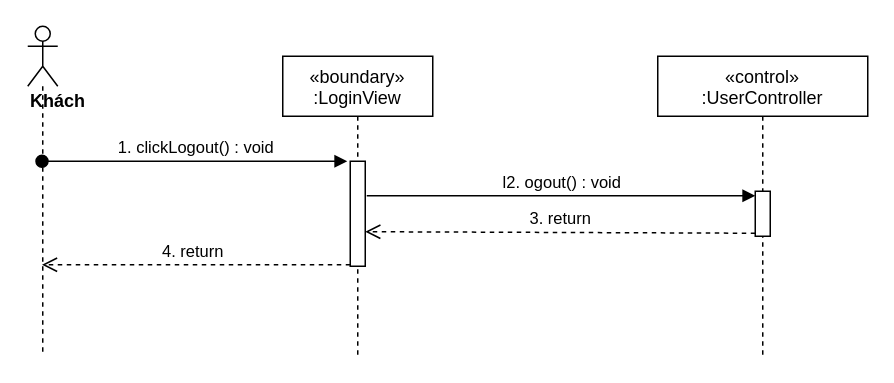
Before: sequence diagram/logout-sequence.drawio in nguyenphamvan/datn_20202, a draw.io diagram. Source tidied: cells renumbered, new cells numbered last; positions are measured from the earlier drawing's top-left corner, leaving out a move shared by most shapes. Both pictures are drawn from the tidied source at 150%, with x=0, y=0 at pixel (27, 26).
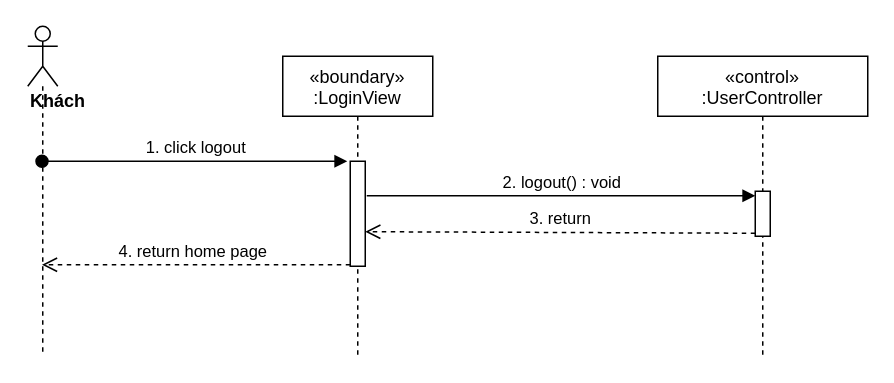
Above is the later version.

Change to the diagram source:
```diff
@@
 <mxGraphModel>
   <root>
     <mxCell id="0" />
     <mxCell id="1" parent="0" />
     <mxCell id="2" value="«boundary»&#10;:LoginView" style="shape=umlLifeline;perimeter=lifelinePerimeter;rounded=0;shadow=0;strokeWidth=1;" parent="1" vertex="1">
       <mxGeometry x="170" y="20" width="100" height="200" as="geometry" />
     </mxCell>
     <mxCell id="3" style="points=[];perimeter=orthogonalPerimeter;rounded=0;shadow=0;strokeWidth=1;" parent="2" vertex="1">
       <mxGeometry x="45" y="70" width="10" height="70" as="geometry" />
     </mxCell>
     <mxCell id="4" value="«control»&#10;:UserController" style="shape=umlLifeline;perimeter=lifelinePerimeter;rounded=0;shadow=0;strokeWidth=1;" parent="1" vertex="1">
       <mxGeometry x="420" y="20" width="140" height="200" as="geometry" />
     </mxCell>
     <mxCell id="5" value="&lt;div&gt;&lt;b&gt;Khách&lt;/b&gt;&lt;/div&gt;" style="shape=umlLifeline;participant=umlActor;perimeter=lifelinePerimeter;whiteSpace=wrap;html=1;verticalAlign=top;spacingTop=36;outlineConnect=0;align=left;" parent="1" vertex="1">
       <mxGeometry width="20" height="220" as="geometry" />
     </mxCell>
-    <mxCell id="6" value="1. clickLogout() : void" style="html=1;verticalAlign=bottom;startArrow=oval;startFill=1;endArrow=block;startSize=8;entryX=-0.2;entryY=0;entryDx=0;entryDy=0;entryPerimeter=0;" parent="1" edge="1" source="5" target="3">
+    <mxCell id="6" value="1. click logout" style="html=1;verticalAlign=bottom;startArrow=oval;startFill=1;endArrow=block;startSize=8;entryX=-0.2;entryY=0;entryDx=0;entryDy=0;entryPerimeter=0;" parent="1" edge="1" source="5" target="3">
       <mxGeometry relative="1" as="geometry" />
     </mxCell>
-    <mxCell id="7" value="l2. ogout() : void" style="html=1;verticalAlign=bottom;endArrow=block;exitX=1.1;exitY=0.329;exitDx=0;exitDy=0;exitPerimeter=0;" parent="1" edge="1" source="3" target="8">
+    <mxCell id="7" value="2. logout() : void" style="html=1;verticalAlign=bottom;endArrow=block;exitX=1.1;exitY=0.329;exitDx=0;exitDy=0;exitPerimeter=0;" parent="1" edge="1" source="3" target="8">
       <mxGeometry relative="1" as="geometry" />
     </mxCell>
     <mxCell id="8" style="html=1;points=[];perimeter=orthogonalPerimeter;" parent="1" vertex="1">
       <mxGeometry x="485" y="110" width="10" height="30" as="geometry" />
     </mxCell>
     <mxCell id="9" value="3. return" style="html=1;verticalAlign=bottom;endArrow=open;dashed=1;endSize=8;exitX=0;exitY=0.933;exitDx=0;exitDy=0;exitPerimeter=0;entryX=1;entryY=0.671;entryDx=0;entryDy=0;entryPerimeter=0;" parent="1" edge="1" source="8" target="3">
       <mxGeometry relative="1" as="geometry" />
     </mxCell>
-    <mxCell id="10" value="4. return" style="html=1;verticalAlign=bottom;endArrow=open;dashed=1;endSize=8;exitX=0;exitY=0.986;exitDx=0;exitDy=0;exitPerimeter=0;" parent="1" edge="1" source="3" target="5">
+    <mxCell id="10" value="4. return home page" style="html=1;verticalAlign=bottom;endArrow=open;dashed=1;endSize=8;exitX=0;exitY=0.986;exitDx=0;exitDy=0;exitPerimeter=0;" parent="1" edge="1" source="3" target="5">
       <mxGeometry x="0.02" relative="1" as="geometry" />
     </mxCell>
   </root>
 </mxGraphModel>
```
